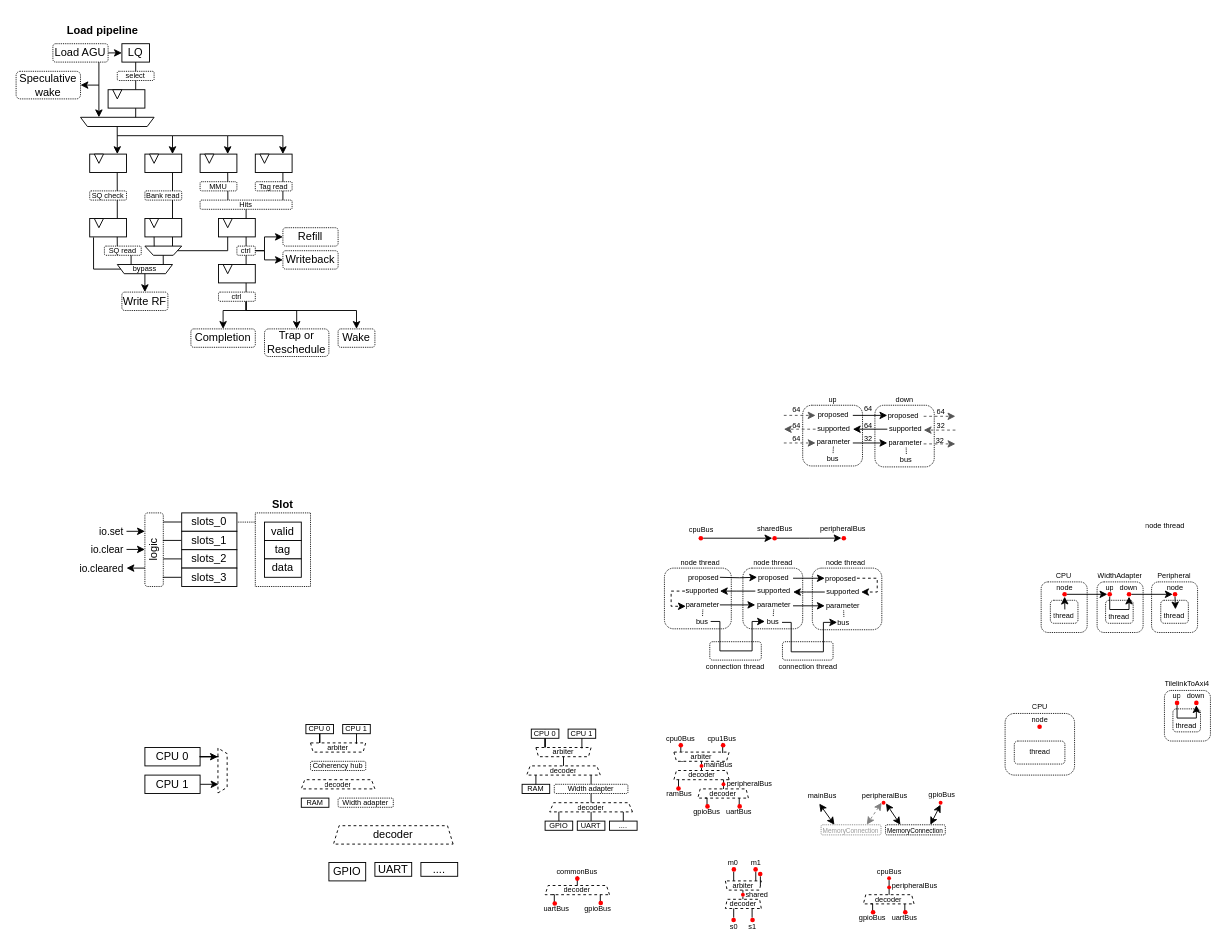
Earlier version of the draw.io diagram asset/diagram.drawio (SpinalHDL/SpinalDoc). Source tidied: cells renumbered, new cells numbered last; positions are measured from the earlier drawing's top-left corner, leaving out a move shared by most shapes. Both pictures are drawn from the tidied source at 92%, with x=0, y=0 at pixel (16, 16).
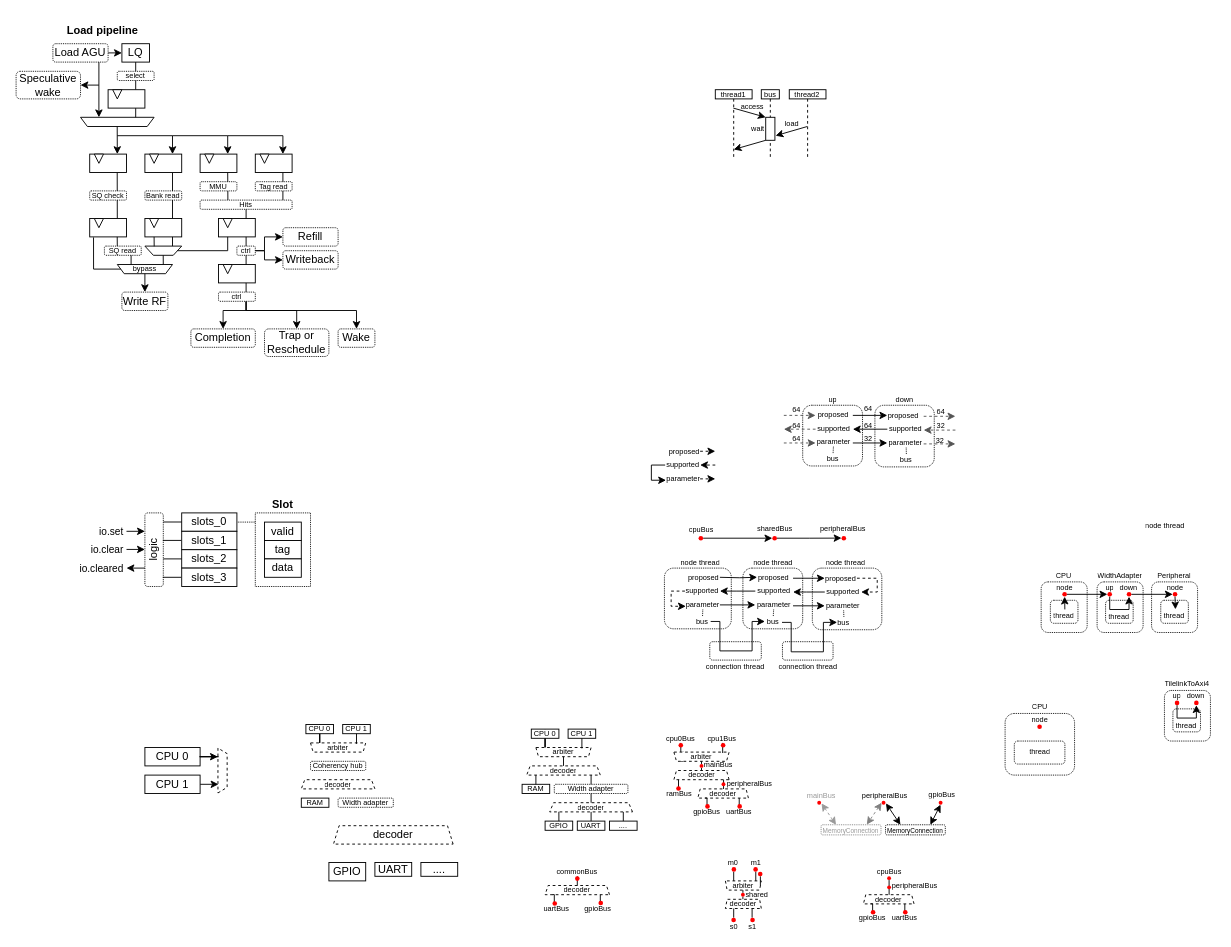
The same page after the edit.

Diff of the diagram source:
```diff
@@
-    <mxCell id="335" style="rounded=0;orthogonalLoop=1;jettySize=auto;html=1;entryX=0.25;entryY=0;entryDx=0;entryDy=0;fontSize=7;startArrow=classic;startFill=1;" parent="1" edge="1">
-      <mxGeometry relative="1" as="geometry">
-        <mxPoint x="873" y="856" as="sourcePoint" />
-        <mxPoint x="889.5" y="879" as="targetPoint" />
-      </mxGeometry>
-    </mxCell>
-    <mxCell id="336" value="mainBus" style="text;strokeColor=none;fillColor=none;align=center;verticalAlign=middle;spacingLeft=4;spacingRight=4;overflow=hidden;dashed=1;html=1;fontSize=8;spacing=0;" parent="1" vertex="1">
-      <mxGeometry x="846.5" y="842.1" width="59" height="10" as="geometry" />
+    <mxCell id="336" value="mainBus" style="text;strokeColor=none;fillColor=none;align=center;verticalAlign=middle;spacingLeft=4;spacingRight=4;overflow=hidden;dashed=1;html=1;fontSize=8;spacing=0;fontColor=#999999;" parent="1" vertex="1">
+      <mxGeometry x="845.5" y="842.1" width="59" height="10" as="geometry" />
     </mxCell>
@@
+    <mxCell id="346" value="thread1" style="shape=umlLifeline;perimeter=lifelinePerimeter;whiteSpace=wrap;html=1;size=10;fontSize=8;" parent="1" vertex="1">
+      <mxGeometry x="760" y="80" width="40" height="75" as="geometry" />
+    </mxCell>
+    <mxCell id="347" style="rounded=0;jettySize=auto;html=1;exitX=0;exitY=1;exitDx=0;exitDy=0;" parent="346" edge="1" source="351">
+      <mxGeometry relative="1" as="geometry">
+        <mxPoint x="20" y="65" as="targetPoint" />
+      </mxGeometry>
+    </mxCell>
+    <mxCell id="348" value="thread2" style="shape=umlLifeline;perimeter=lifelinePerimeter;whiteSpace=wrap;html=1;size=10;fontSize=8;" parent="1" vertex="1">
+      <mxGeometry x="840.4" y="80" width="39.9" height="75" as="geometry" />
+    </mxCell>
+    <mxCell id="349" value="load" style="rounded=0;whiteSpace=wrap;html=1;fontSize=8;fillColor=none;strokeColor=none;" parent="348" vertex="1">
+      <mxGeometry x="-7.4" y="32" width="21" height="10" as="geometry" />
+    </mxCell>
+    <mxCell id="350" value="bus" style="shape=umlLifeline;perimeter=lifelinePerimeter;whiteSpace=wrap;html=1;size=10;fontSize=8;" parent="1" vertex="1">
+      <mxGeometry x="810" y="80" width="19.6" height="75" as="geometry" />
+    </mxCell>
+    <mxCell id="351" style="rounded=0;whiteSpace=wrap;html=1;fontSize=8;" parent="350" vertex="1">
+      <mxGeometry x="4.8" y="30" width="10" height="25" as="geometry" />
+    </mxCell>
+    <mxCell id="352" style="rounded=0;jettySize=auto;html=1;entryX=0;entryY=0;entryDx=0;entryDy=0;" parent="350" edge="1" target="351">
+      <mxGeometry relative="1" as="geometry">
+        <mxPoint x="-30.4" y="20" as="sourcePoint" />
+      </mxGeometry>
+    </mxCell>
+    <mxCell id="353" value="access" style="edgeLabel;html=1;align=center;verticalAlign=middle;fontSize=8;fontColor=default;labelBackgroundColor=none;" parent="352" vertex="1">
+      <mxGeometry x="0.22" y="-1" relative="1" as="geometry">
+        <mxPoint x="-1" y="-9" as="offset" />
+      </mxGeometry>
+    </mxCell>
+    <mxCell id="354" style="rounded=0;orthogonalLoop=1;jettySize=auto;html=1;entryX=1.171;entryY=0.634;entryDx=0;entryDy=0;entryPerimeter=0;" parent="1" edge="1">
+      <mxGeometry relative="1" as="geometry">
+        <mxPoint x="860" y="120" as="sourcePoint" />
+        <mxPoint x="825.5" y="130" as="targetPoint" />
+      </mxGeometry>
+    </mxCell>
+    <mxCell id="355" value="wait" style="rounded=0;whiteSpace=wrap;html=1;fontSize=8;fillColor=none;strokeColor=none;" parent="1" vertex="1">
+      <mxGeometry x="795.8" y="116.5" width="21" height="10" as="geometry" />
+    </mxCell>
+    <mxCell id="356" style="edgeStyle=orthogonalEdgeStyle;rounded=0;orthogonalLoop=1;jettySize=auto;html=1;dashed=1;" parent="1" edge="1">
+      <mxGeometry relative="1" as="geometry">
+        <mxPoint x="743.5" y="473" as="sourcePoint" />
+        <mxPoint x="760" y="473" as="targetPoint" />
+      </mxGeometry>
+    </mxCell>
+    <mxCell id="357" value="proposed" style="rounded=0;whiteSpace=wrap;html=1;fontSize=8;fillColor=none;strokeColor=none;" parent="1" vertex="1">
+      <mxGeometry x="706.5" y="468" width="38.8" height="10" as="geometry" />
+    </mxCell>
+    <mxCell id="358" style="edgeStyle=orthogonalEdgeStyle;rounded=0;jettySize=auto;html=1;entryX=0.025;entryY=0.648;entryDx=0;entryDy=0;entryPerimeter=0;endArrow=classic;endFill=1;" parent="1" edge="1" source="359" target="361">
+      <mxGeometry relative="1" as="geometry">
+        <Array as="points">
+          <mxPoint x="690.5" y="488" />
+          <mxPoint x="690.5" y="505" />
+        </Array>
+      </mxGeometry>
+    </mxCell>
+    <mxCell id="359" value="supported" style="rounded=0;whiteSpace=wrap;html=1;fontSize=8;fillColor=none;strokeColor=none;" parent="1" vertex="1">
+      <mxGeometry x="705.5" y="483" width="38" height="10" as="geometry" />
+    </mxCell>
+    <mxCell id="360" style="edgeStyle=orthogonalEdgeStyle;rounded=0;orthogonalLoop=1;jettySize=auto;html=1;dashed=1;" parent="1" edge="1">
+      <mxGeometry relative="1" as="geometry">
+        <mxPoint x="743.5" y="503" as="sourcePoint" />
+        <mxPoint x="760" y="503" as="targetPoint" />
+      </mxGeometry>
+    </mxCell>
+    <mxCell id="361" value="parameter" style="rounded=0;whiteSpace=wrap;html=1;fontSize=8;fillColor=none;strokeColor=none;" parent="1" vertex="1">
+      <mxGeometry x="705.5" y="498" width="38.8" height="10" as="geometry" />
+    </mxCell>
+    <mxCell id="362" style="edgeStyle=orthogonalEdgeStyle;rounded=0;orthogonalLoop=1;jettySize=auto;html=1;dashed=1;" parent="1" edge="1">
+      <mxGeometry relative="1" as="geometry">
+        <mxPoint x="760" y="488" as="sourcePoint" />
+        <mxPoint x="743.5" y="488" as="targetPoint" />
+      </mxGeometry>
+    </mxCell>
+    <mxCell id="363" style="rounded=0;jettySize=auto;html=1;entryX=0.25;entryY=0;entryDx=0;entryDy=0;fontSize=7;startArrow=classic;startFill=1;exitX=1.118;exitY=0.673;exitDx=0;exitDy=0;exitPerimeter=0;dashed=1;strokeColor=#999999;" parent="1" edge="1" source="364">
+      <mxGeometry relative="1" as="geometry">
+        <mxPoint x="891.2" y="879" as="targetPoint" />
+      </mxGeometry>
+    </mxCell>
+    <mxCell id="364" style="ellipse;whiteSpace=wrap;html=1;rounded=0;shadow=0;glass=0;sketch=0;fontSize=12;fillColor=#FF0000;fontColor=#000000;strokeColor=none;" parent="1" vertex="1">
+      <mxGeometry x="870.8" y="852.9" width="4.2" height="4.2" as="geometry" />
+    </mxCell>
```
